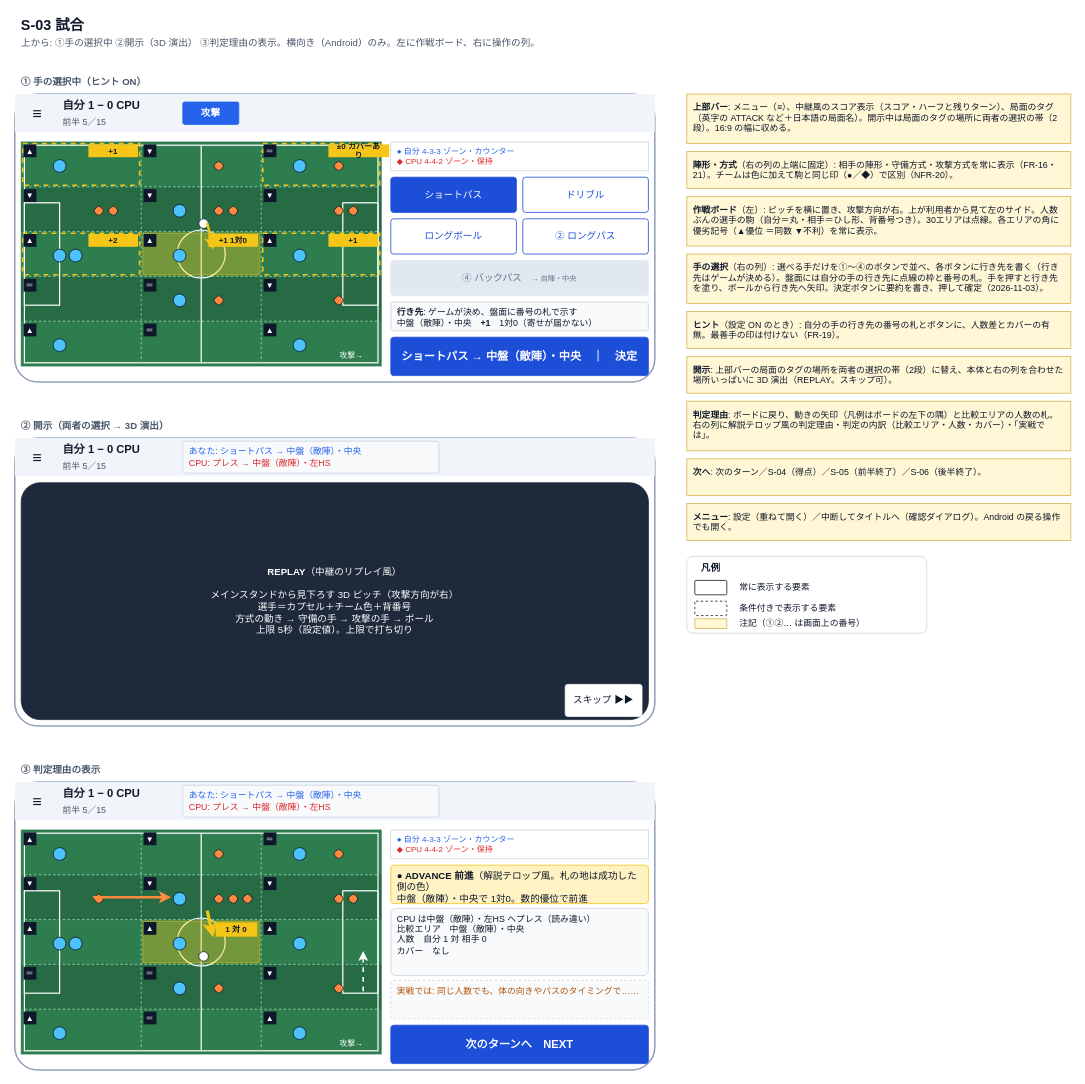
The draw.io diagram page "wireframe-s03-match" (3 of 12) of docs/specs/2_basic-design/wireframes.drawio in n-yata/soccer-sim, before the edit. Source tidied: cells renumbered, new cells numbered last; positions are measured from the earlier drawing's top-left corner, leaving out a move shared by most shapes. Both pictures are drawn from the tidied source at 80%, with x=0, y=0 at pixel (14, 14).
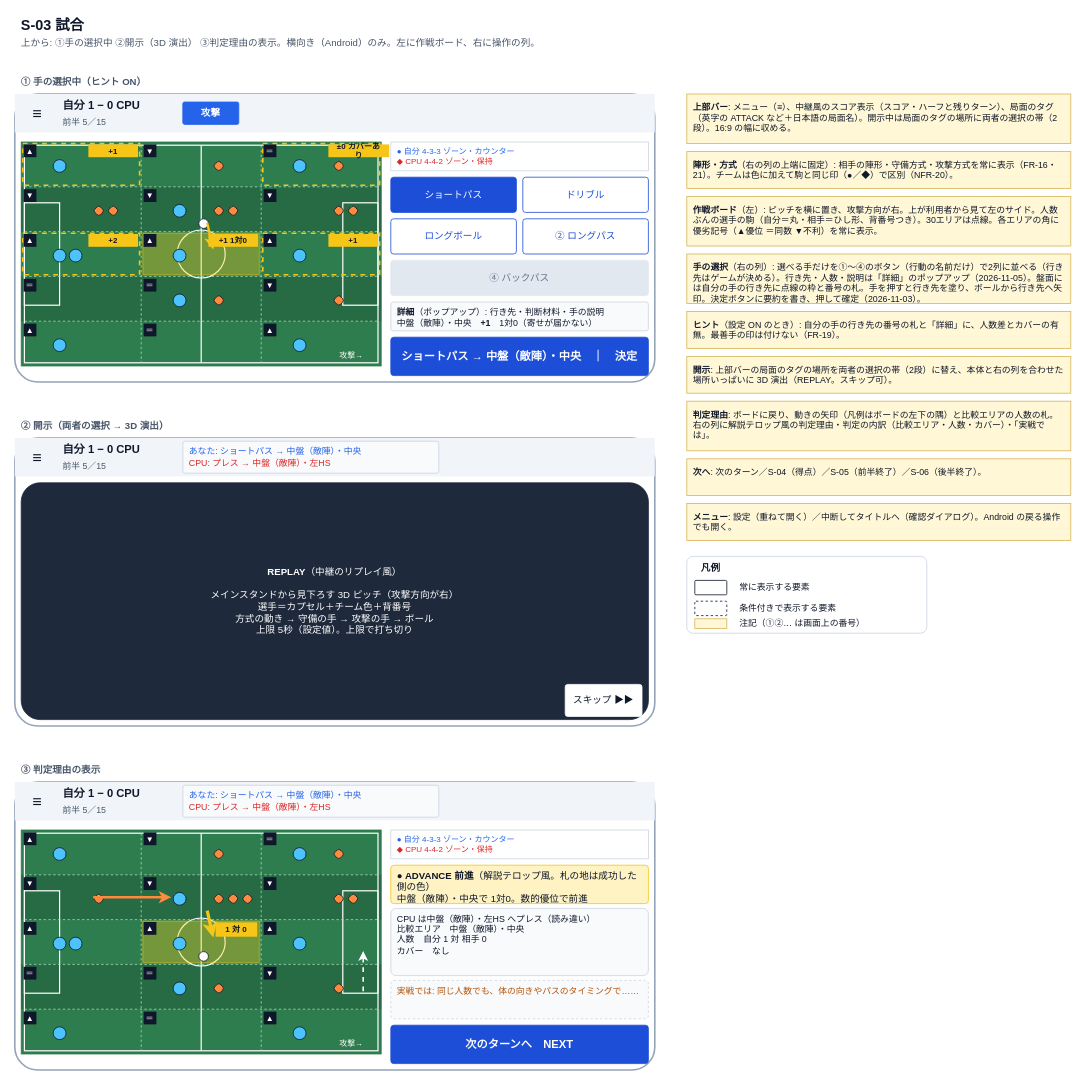
The same diagram, later.

Diff of the diagram source:
```diff
@@
-    <mxCell id="77" value="④ バックパス　&lt;span style='font-size:9px'&gt;→ 自陣・中央&lt;/span&gt;" style="rounded=1;arcSize=8;whiteSpace=wrap;html=1;fillColor=#E2E8F0;strokeColor=#E2E8F0;fontSize=12;fontColor=#64748B;align=center;verticalAlign=middle;spacingLeft=6;spacingRight=6;" parent="1" vertex="1">
+    <mxCell id="77" value="④ バックパス" style="rounded=1;arcSize=8;whiteSpace=wrap;html=1;fillColor=#E2E8F0;strokeColor=#E2E8F0;fontSize=12;fontColor=#64748B;align=center;verticalAlign=middle;spacingLeft=6;spacingRight=6;" parent="1" vertex="1">
       <mxGeometry x="470" y="308" width="322" height="44" as="geometry" />
     </mxCell>
@@
-    <mxCell id="79" value="&lt;b&gt;行き先&lt;/b&gt;: ゲームが決め、盤面に番号の札で示す&lt;br&gt;中盤（敵陣）・中央　&lt;b&gt;+1&lt;/b&gt;　1対0（寄せが届かない）" style="rounded=1;arcSize=8;whiteSpace=wrap;html=1;fillColor=#F8FAFC;strokeColor=#CBD5E1;fontSize=11;fontColor=#0F172A;align=left;verticalAlign=top;spacingLeft=6;spacingRight=6;" parent="1" vertex="1">
+    <mxCell id="79" value="&lt;b&gt;詳細&lt;/b&gt;（ポップアップ）: 行き先・判断材料・手の説明&lt;br&gt;中盤（敵陣）・中央　&lt;b&gt;+1&lt;/b&gt;　1対0（寄せが届かない）" style="rounded=1;arcSize=8;whiteSpace=wrap;html=1;fillColor=#F8FAFC;strokeColor=#CBD5E1;fontSize=11;fontColor=#0F172A;align=left;verticalAlign=top;spacingLeft=6;spacingRight=6;" parent="1" vertex="1">
       <mxGeometry x="470" y="360" width="322" height="36" as="geometry" />
     </mxCell>
@@
-    <mxCell id="161" value="&lt;b&gt;手の選択&lt;/b&gt;（右の列）: 選べる手だけを①〜④のボタンで並べ、各ボタンに行き先を書く（行き先はゲームが決める）。盤面には自分の手の行き先に点線の枠と番号の札。手を押すと行き先を塗り、ボールから行き先へ矢印。決定ボタンに要約を書き、押して確定（2026-11-03）。" style="rounded=0;arcSize=8;whiteSpace=wrap;html=1;fillColor=#FFF7D6;strokeColor=#D6B656;fontSize=11;fontColor=#0F172A;align=left;verticalAlign=top;spacingLeft=6;spacingRight=6;spacingTop=4;" parent="1" vertex="1">
+    <mxCell id="161" value="&lt;b&gt;手の選択&lt;/b&gt;（右の列）: 選べる手だけを①〜④のボタン（行動の名前だけ）で2列に並べる（行き先はゲームが決める）。行き先・人数・説明は「詳細」のポップアップ（2026-11-05）。盤面には自分の手の行き先に点線の枠と番号の札。手を押すと行き先を塗り、ボールから行き先へ矢印。決定ボタンに要約を書き、押して確定（2026-11-03）。" style="rounded=0;arcSize=8;whiteSpace=wrap;html=1;fillColor=#FFF7D6;strokeColor=#D6B656;fontSize=11;fontColor=#0F172A;align=left;verticalAlign=top;spacingLeft=6;spacingRight=6;spacingTop=4;" parent="1" vertex="1">
       <mxGeometry x="840" y="300" width="480" height="62" as="geometry" />
     </mxCell>
-    <mxCell id="162" value="&lt;b&gt;ヒント&lt;/b&gt;（設定 ON のとき）: 自分の手の行き先の番号の札とボタンに、人数差とカバーの有無。最善手の印は付けない（FR-19）。" style="rounded=0;arcSize=8;whiteSpace=wrap;html=1;fillColor=#FFF7D6;strokeColor=#D6B656;fontSize=11;fontColor=#0F172A;align=left;verticalAlign=top;spacingLeft=6;spacingRight=6;spacingTop=4;" parent="1" vertex="1">
+    <mxCell id="162" value="&lt;b&gt;ヒント&lt;/b&gt;（設定 ON のとき）: 自分の手の行き先の番号の札と「詳細」に、人数差とカバーの有無。最善手の印は付けない（FR-19）。" style="rounded=0;arcSize=8;whiteSpace=wrap;html=1;fillColor=#FFF7D6;strokeColor=#D6B656;fontSize=11;fontColor=#0F172A;align=left;verticalAlign=top;spacingLeft=6;spacingRight=6;spacingTop=4;" parent="1" vertex="1">
       <mxGeometry x="840" y="372" width="480" height="46" as="geometry" />
     </mxCell>
```
